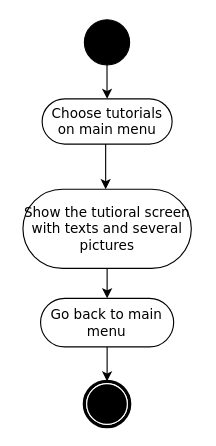
Above: check tutiorals.drawio in maxinimize/uml (draw.io), before the change. Source tidied: cells renumbered, new cells numbered last; positions are measured from the earlier drawing's top-left corner, leaving out a move shared by most shapes. Both pictures are drawn from the tidied source at 113%, with x=0, y=0 at pixel (23, 19).
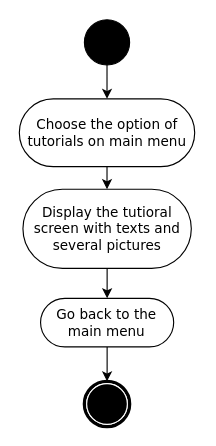
Above is the later version.

The edit, as a diff of the source:
```diff
@@
 <mxGraphModel>
   <root>
     <mxCell id="0" />
     <mxCell id="1" parent="0" />
     <mxCell id="2" style="edgeStyle=orthogonalEdgeStyle;rounded=0;jettySize=auto;html=1;" parent="1" edge="1" source="3" target="7">
       <mxGeometry relative="1" as="geometry" />
     </mxCell>
-    <mxCell id="3" value="Show the tutioral screen with texts and several pictures" style="rounded=1;whiteSpace=wrap;html=1;shadow=0;comic=0;labelBackgroundColor=none;strokeWidth=1;fontFamily=Verdana;fontSize=12;align=center;arcSize=50;" parent="1" vertex="1">
+    <mxCell id="3" value="Display the tutioral screen with texts and several pictures" style="rounded=1;whiteSpace=wrap;html=1;shadow=0;comic=0;labelBackgroundColor=none;strokeWidth=1;fontFamily=Verdana;fontSize=12;align=center;arcSize=50;" parent="1" vertex="1">
       <mxGeometry x="-0.2" y="150" width="149" height="70" as="geometry" />
     </mxCell>
     <mxCell id="4" style="edgeStyle=orthogonalEdgeStyle;rounded=0;jettySize=auto;html=1;entryX=0.5;entryY=0;entryDx=0;entryDy=0;" parent="1" edge="1" source="5" target="10">
       <mxGeometry relative="1" as="geometry" />
     </mxCell>
     <mxCell id="5" style="ellipse;whiteSpace=wrap;html=1;rounded=0;shadow=0;comic=0;labelBackgroundColor=none;strokeWidth=1;fillColor=#000000;fontFamily=Verdana;fontSize=12;align=center;" parent="1" vertex="1">
       <mxGeometry x="54.2" width="40" height="40" as="geometry" />
     </mxCell>
     <mxCell id="6" style="edgeStyle=orthogonalEdgeStyle;rounded=0;jettySize=auto;html=1;" parent="1" edge="1" source="7" target="8">
       <mxGeometry relative="1" as="geometry" />
     </mxCell>
-    <mxCell id="7" value="Go back to main menu" style="rounded=1;whiteSpace=wrap;html=1;shadow=0;comic=0;labelBackgroundColor=none;strokeWidth=1;fontFamily=Verdana;fontSize=12;align=center;arcSize=50;" parent="1" vertex="1">
+    <mxCell id="7" value="Go back to the main menu" style="rounded=1;whiteSpace=wrap;html=1;shadow=0;comic=0;labelBackgroundColor=none;strokeWidth=1;fontFamily=Verdana;fontSize=12;align=center;arcSize=50;" parent="1" vertex="1">
       <mxGeometry x="15.4" y="246.5" width="117.8" height="43" as="geometry" />
     </mxCell>
     <mxCell id="8" style="shape=mxgraph.bpmn.shape;html=1;verticalLabelPosition=bottom;labelBackgroundColor=#ffffff;verticalAlign=top;perimeter=ellipsePerimeter;outline=end;symbol=terminate;rounded=0;shadow=0;comic=0;strokeWidth=1;fontFamily=Verdana;fontSize=12;align=center;" parent="1" vertex="1">
       <mxGeometry x="54.2" y="320" width="40" height="40" as="geometry" />
     </mxCell>
     <mxCell id="9" style="edgeStyle=orthogonalEdgeStyle;rounded=0;jettySize=auto;html=1;" parent="1" edge="1" source="10" target="3">
       <mxGeometry relative="1" as="geometry">
         <Array as="points">
           <mxPoint x="73" y="130" />
           <mxPoint x="73" y="130" />
         </Array>
       </mxGeometry>
     </mxCell>
-    <mxCell id="10" value="Choose tutorials on main menu" style="rounded=1;whiteSpace=wrap;html=1;shadow=0;comic=0;labelBackgroundColor=none;strokeWidth=1;fontFamily=Verdana;fontSize=12;align=center;arcSize=50;" parent="1" vertex="1">
-      <mxGeometry x="16.8" y="70" width="115" height="40" as="geometry" />
+    <mxCell id="10" value="Choose the option of tutorials on main menu" style="rounded=1;whiteSpace=wrap;html=1;shadow=0;comic=0;labelBackgroundColor=none;strokeWidth=1;fontFamily=Verdana;fontSize=12;align=center;arcSize=50;" parent="1" vertex="1">
+      <mxGeometry x="-3.4" y="70" width="155.2" height="60" as="geometry" />
     </mxCell>
   </root>
 </mxGraphModel>
```
